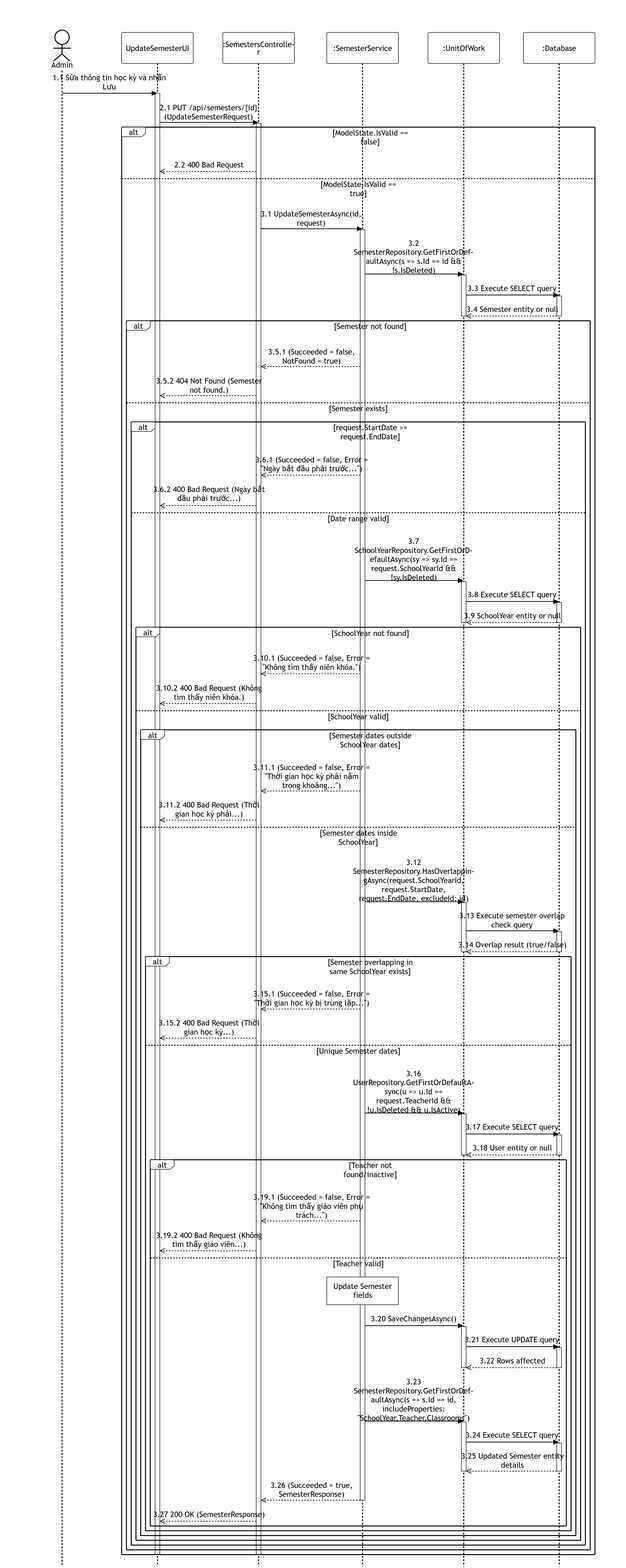
This is 08-reports-system-settings/images/apis/update-semester.png from PhucAnDev/docx-diagram, a Mermaid export, as it was before one commit. Its source is kept beside it as 08-reports-system-settings/sequence-diagram/apis/update-semester.mmd.
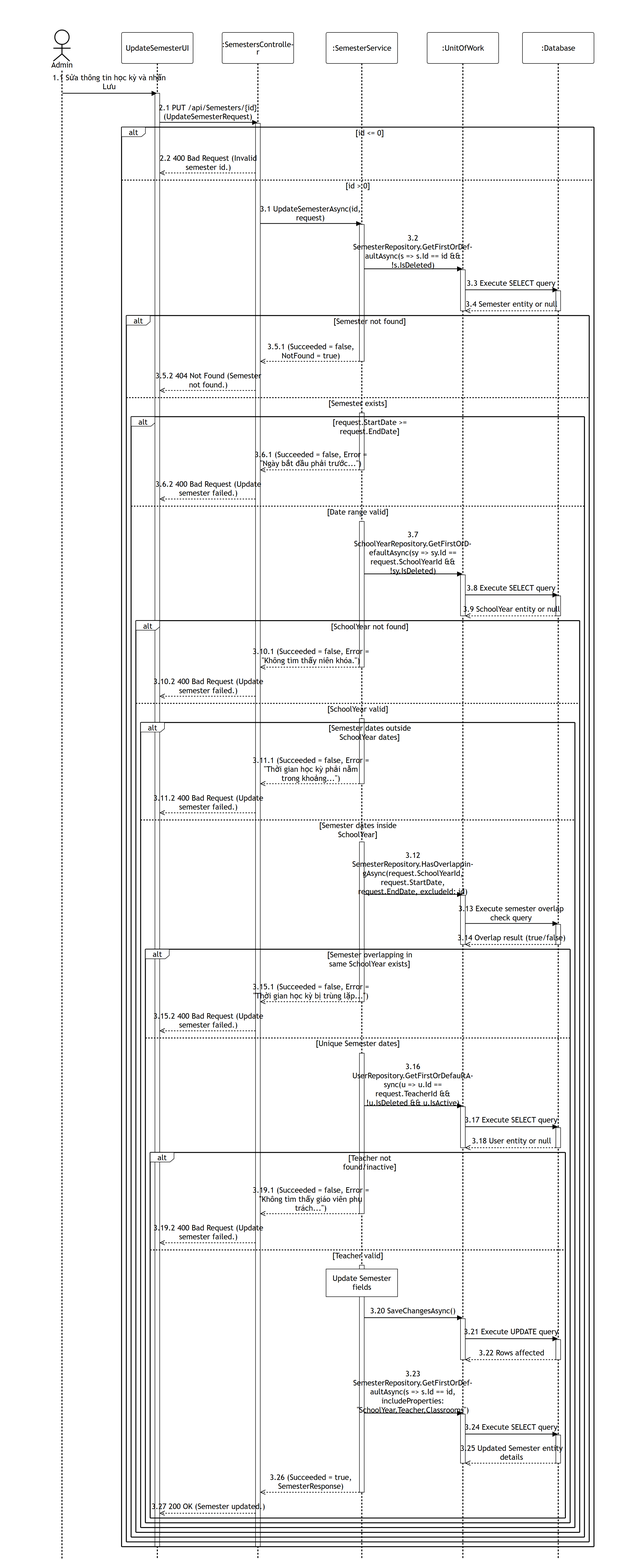
Above is the later version.

Diff of the diagram source:
```diff
@@ -1,6 +1,6 @@
 %%{init: {'theme':'base', 'themeVariables': {'actorBkg':'#ffffff','actorBorder':'#000000','actorTextColor':'#000000','actorLineColor':'#000000','signalColor':'#000000','signalTextColor':'#000000','labelBoxBkgColor':'#ffffff','labelBoxBorderColor':'#000000','labelTextColor':'#000000','loopTextColor':'#000000','noteBkgColor':'#ffffff','noteBorderColor':'#000000','noteTextColor':'#000000','activationBorderColor':'#000000','activationBkgColor':'#ffffff','sequenceNumberColor':'#000000'}, 'sequence': {'width':150,'height':65,'actorFontSize':16,'messageFontSize':16,'wrap':true,'wrapPadding':10}}}%%
 sequenceDiagram
-    title PUT /api/semesters/{id}
+    title PUT /api/Semesters/{id}
     actor Admin as Admin
     participant UI as UpdateSemesterUI
     participant Endpoint as :SemestersController
@@ -10,12 +10,12 @@
 
     Admin->>UI: 1.1 Sửa thông tin học kỳ và nhấn Lưu
     activate UI
-    UI->>Endpoint: 2.1 PUT /api/semesters/{id} (UpdateSemesterRequest)
+    UI->>Endpoint: 2.1 PUT /api/Semesters/{id} (UpdateSemesterRequest)
     activate Endpoint
 
-    alt ModelState.IsValid == false
-        Endpoint-->>UI: 2.2 400 Bad Request
-    else ModelState.IsValid == true
+    alt id <= 0
+        Endpoint-->>UI: 2.2 400 Bad Request (Invalid semester id.)
+    else id > 0
         Endpoint->>Service: 3.1 UpdateSemesterAsync(id, request)
         activate Service
 
@@ -29,12 +29,16 @@
 
         alt Semester not found
             Service-->>Endpoint: 3.5.1 (Succeeded = false, NotFound = true)
+            deactivate Service
             Endpoint-->>UI: 3.5.2 404 Not Found (Semester not found.)
         else Semester exists
+            activate Service
             alt request.StartDate >= request.EndDate
                 Service-->>Endpoint: 3.6.1 (Succeeded = false, Error = "Ngày bắt đầu phải trước...")
-                Endpoint-->>UI: 3.6.2 400 Bad Request (Ngày bắt đầu phải trước...)
+                deactivate Service
+                Endpoint-->>UI: 3.6.2 400 Bad Request (Update semester failed.)
             else Date range valid
+                activate Service
                 Service->>DB: 3.7 SchoolYearRepository.GetFirstOrDefaultAsync(sy => sy.Id == request.SchoolYearId && !sy.IsDeleted)
                 activate DB
                 DB->>Database: 3.8 Execute SELECT query
@@ -45,12 +49,16 @@
 
                 alt SchoolYear not found
                     Service-->>Endpoint: 3.10.1 (Succeeded = false, Error = "Không tìm thấy niên khóa.")
-                    Endpoint-->>UI: 3.10.2 400 Bad Request (Không tìm thấy niên khóa.)
+                    deactivate Service
+                    Endpoint-->>UI: 3.10.2 400 Bad Request (Update semester failed.)
                 else SchoolYear valid
+                    activate Service
                     alt Semester dates outside SchoolYear dates
                         Service-->>Endpoint: 3.11.1 (Succeeded = false, Error = "Thời gian học kỳ phải nằm trong khoảng...")
-                        Endpoint-->>UI: 3.11.2 400 Bad Request (Thời gian học kỳ phải...)
+                        deactivate Service
+                        Endpoint-->>UI: 3.11.2 400 Bad Request (Update semester failed.)
                     else Semester dates inside SchoolYear
+                        activate Service
                         Service->>DB: 3.12 SemesterRepository.HasOverlappingAsync(request.SchoolYearId, request.StartDate, request.EndDate, excludeId: id)
                         activate DB
                         DB->>Database: 3.13 Execute semester overlap check query
@@ -61,8 +69,10 @@
 
                         alt Semester overlapping in same SchoolYear exists
                             Service-->>Endpoint: 3.15.1 (Succeeded = false, Error = "Thời gian học kỳ bị trùng lặp...")
-                            Endpoint-->>UI: 3.15.2 400 Bad Request (Thời gian học kỳ...)
+                            deactivate Service
+                            Endpoint-->>UI: 3.15.2 400 Bad Request (Update semester failed.)
                         else Unique Semester dates
+                            activate Service
                             Service->>DB: 3.16 UserRepository.GetFirstOrDefaultAsync(u => u.Id == request.TeacherId && !u.IsDeleted && u.IsActive)
                             activate DB
                             DB->>Database: 3.17 Execute SELECT query
@@ -73,8 +83,10 @@
 
                             alt Teacher not found/inactive
                                 Service-->>Endpoint: 3.19.1 (Succeeded = false, Error = "Không tìm thấy giáo viên phụ trách...")
-                                Endpoint-->>UI: 3.19.2 400 Bad Request (Không tìm thấy giáo viên...)
+                                deactivate Service
+                                Endpoint-->>UI: 3.19.2 400 Bad Request (Update semester failed.)
                             else Teacher valid
+                                activate Service
                                 note over Service: Update Semester fields
 
                                 Service->>DB: 3.20 SaveChangesAsync()
@@ -95,7 +107,7 @@
 
                                 Service-->>Endpoint: 3.26 (Succeeded = true, SemesterResponse)
                                 deactivate Service
-                                Endpoint-->>UI: 3.27 200 OK (SemesterResponse)
+                                Endpoint-->>UI: 3.27 200 OK (Semester updated.)
                             end
                         end
                     end
```
